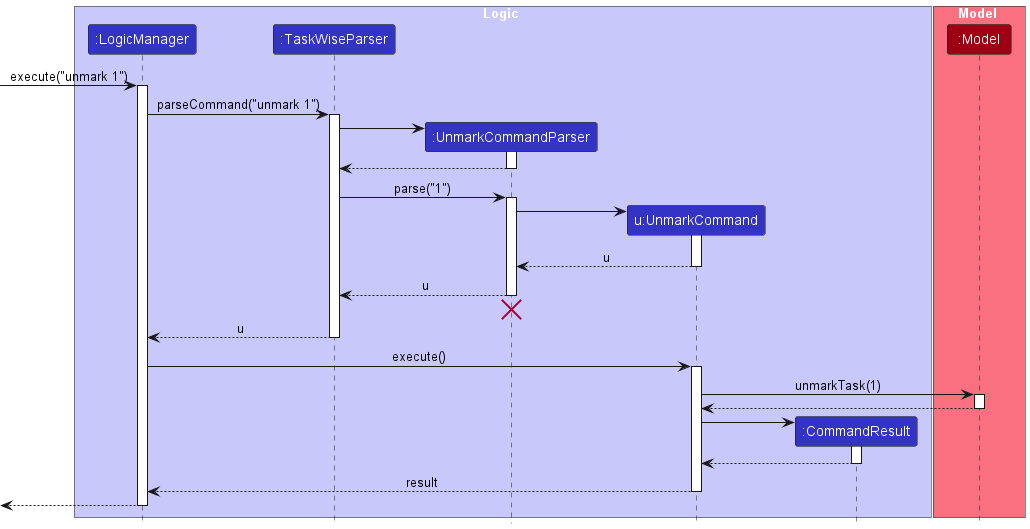
seantehds/tp keeps this PlantUML diagram as docs/images/UnmarkSequenceDiagram.png. Above is the earlier version. The source it was exported from:
```plantuml
@startuml
!include style.puml
skinparam ArrowFontStyle plain

box Logic LOGIC_COLOR_T1
participant ":LogicManager" as LogicManager LOGIC_COLOR
participant ":TaskWiseParser" as TaskWiseParser LOGIC_COLOR
participant ":UnmarkCommandParser" as UnmarkCommandParser LOGIC_COLOR
participant "u:UnmarkCommand" as UnmarkCommand LOGIC_COLOR
participant ":CommandResult" as CommandResult LOGIC_COLOR
end box

box Model MODEL_COLOR_T1
participant ":Model" as Model MODEL_COLOR
end box

[-> LogicManager : execute("unmark 1")
activate LogicManager

LogicManager -> TaskWiseParser : parseCommand("unmark 1")
activate TaskWiseParser

create UnmarkCommandParser
TaskWiseParser -> UnmarkCommandParser
activate UnmarkCommandParser

UnmarkCommandParser --> TaskWiseParser
deactivate UnmarkCommandParser

TaskWiseParser -> UnmarkCommandParser : parse("1")
activate UnmarkCommandParser

create UnmarkCommand
UnmarkCommandParser -> UnmarkCommand
activate UnmarkCommand

UnmarkCommand --> UnmarkCommandParser : u
deactivate UnmarkCommand

UnmarkCommandParser --> TaskWiseParser : u
deactivate UnmarkCommandParser
UnmarkCommandParser -[hidden]-> TaskWiseParser
destroy UnmarkCommandParser

TaskWiseParser --> LogicManager : u
deactivate TaskWiseParser

LogicManager -> UnmarkCommand : execute()
activate UnmarkCommand

UnmarkCommand -> Model : unmarkTask(1)
activate Model

Model --> UnmarkCommand
deactivate Model

create CommandResult
UnmarkCommand -> CommandResult
activate CommandResult

CommandResult --> UnmarkCommand
deactivate CommandResult

UnmarkCommand --> LogicManager : result
deactivate UnmarkCommand

[<--LogicManager
deactivate LogicManager
@enduml
```
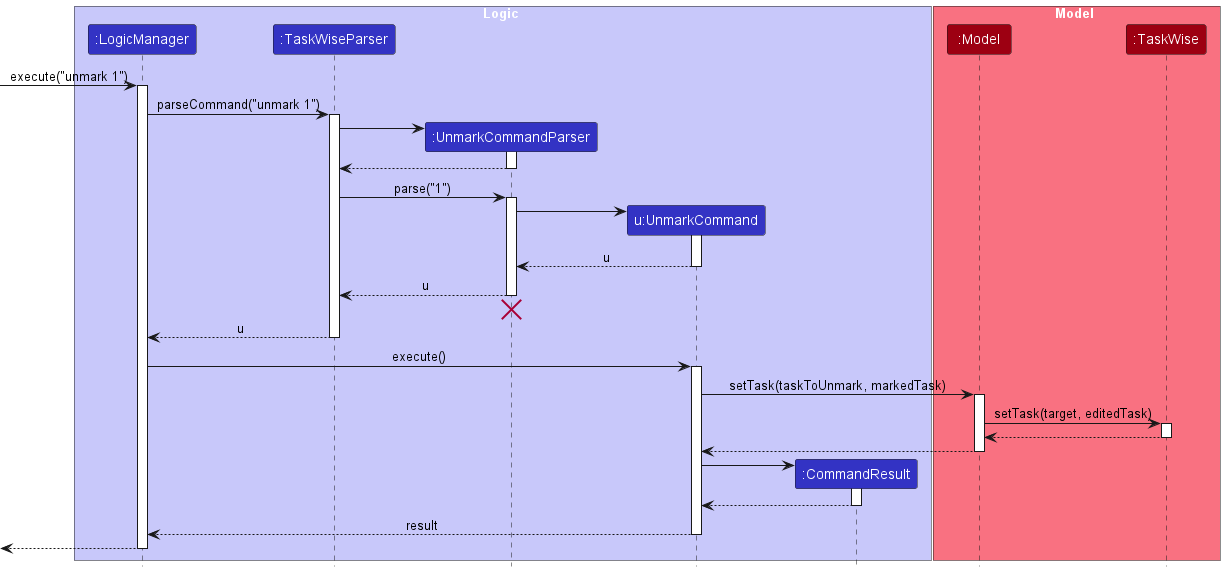
Later version of the same file.

Diff of the diagram source:
```diff
@@ -12,6 +12,7 @@
 
 box Model MODEL_COLOR_T1
 participant ":Model" as Model MODEL_COLOR
+participant ":TaskWise" as TaskWise MODEL_COLOR
 end box
 
 [-> LogicManager : execute("unmark 1")
@@ -48,8 +49,14 @@
 LogicManager -> UnmarkCommand : execute()
 activate UnmarkCommand
 
-UnmarkCommand -> Model : unmarkTask(1)
+UnmarkCommand -> Model : setTask(taskToUnmark, markedTask)
 activate Model
+
+Model -> TaskWise : setTask(target, editedTask)
+activate TaskWise
+
+TaskWise --> Model
+deactivate TaskWise
 
 Model --> UnmarkCommand
 deactivate Model
```
